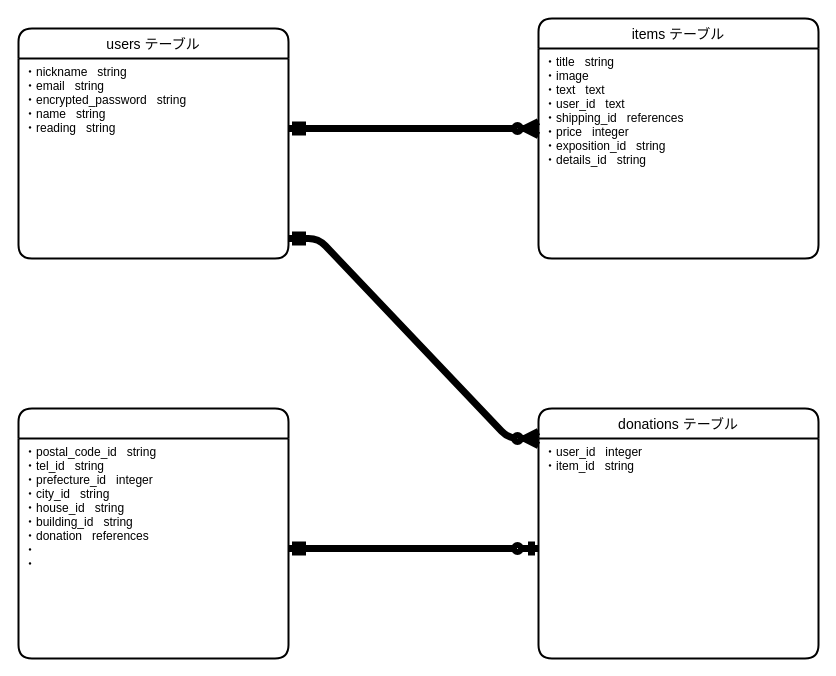
This is text.dio from mumusanaominn/furima-35950, a draw.io file, before an edit. Source tidied: cells renumbered, new cells numbered last; positions are measured from the earlier drawing's top-left corner, leaving out a move shared by most shapes. Both pictures are drawn from the tidied source at 100%, with x=0, y=0 at pixel (18, 18).
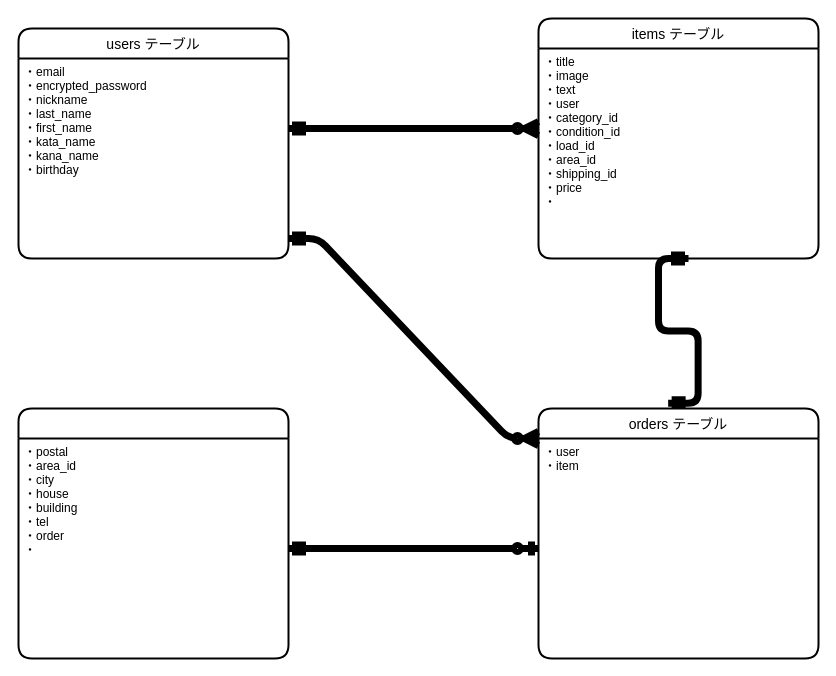
The same page after the edit.

Commit message (it also covers changes not shown here):
データベースの再々提出

What changed in the source:
```diff
@@
 <mxGraphModel>
   <root>
     <mxCell id="0" />
     <mxCell id="1" parent="0" />
     <mxCell id="2" value="items テーブル" style="swimlane;horizontal=1;startSize=30;rounded=1;fontSize=14;fontStyle=0;strokeWidth=2;shadow=0;dashed=0;align=center;" parent="1" vertex="1">
       <mxGeometry x="520" width="280" height="240" as="geometry" />
     </mxCell>
-    <mxCell id="3" value="・title   string&#10;・image&#10;・text   text&#10;・user_id   text&#10;・shipping_id   references&#10;・price   integer　&#10;・exposition_id   string&#10;・details_id   string" style="align=left;strokeColor=none;fillColor=none;spacingLeft=4;fontSize=12;verticalAlign=top;" parent="2" vertex="1">
+    <mxCell id="3" value="・title&#10;・image&#10;・text&#10;・user&#10;・category_id&#10;・condition_id　&#10;・load_id&#10;・area_id&#10;・shipping_id&#10;・price&#10;・" style="align=left;strokeColor=none;fillColor=none;spacingLeft=4;fontSize=12;verticalAlign=top;" parent="2" vertex="1">
       <mxGeometry y="30" width="280" height="210" as="geometry" />
     </mxCell>
+    <mxCell id="14" style="edgeStyle=entityRelationEdgeStyle;fontSize=12;html=1;endArrow=ERmandOne;startArrow=ERmandOne;fontColor=#FFFFFF;sourcePerimeterSpacing=3;targetPerimeterSpacing=3;strokeWidth=7;exitX=0.463;exitY=-0.021;exitDx=0;exitDy=0;exitPerimeter=0;" parent="2" edge="1" source="8">
+      <mxGeometry relative="1" as="geometry">
+        <mxPoint x="150" y="240" as="targetPoint" />
+      </mxGeometry>
+    </mxCell>
     <mxCell id="4" value="users テーブル" style="swimlane;horizontal=1;startSize=30;rounded=1;fontSize=14;fontStyle=0;strokeWidth=2;shadow=0;dashed=0;align=center;" parent="1" vertex="1">
       <mxGeometry y="10" width="270" height="230" as="geometry" />
     </mxCell>
-    <mxCell id="5" value="・nickname   string&#10;・email   string&#10;・encrypted_password   string&#10;・name   string&#10;・reading   string" style="align=left;strokeColor=none;fillColor=none;spacingLeft=4;fontSize=12;verticalAlign=top;" parent="4" vertex="1">
+    <mxCell id="5" value="・email &#10;・encrypted_password  &#10;・nickname &#10;・last_name  &#10;・first_name&#10;・kata_name&#10;・kana_name&#10;・birthday" style="align=left;strokeColor=none;fillColor=none;spacingLeft=4;fontSize=12;verticalAlign=top;" parent="4" vertex="1">
       <mxGeometry y="30" width="270" height="200" as="geometry" />
     </mxCell>
     <mxCell id="6" value="addresses テーブル" style="swimlane;horizontal=1;startSize=30;rounded=1;fontSize=14;fontStyle=0;strokeWidth=2;shadow=0;dashed=0;align=center;fontColor=#FFFFFF;" parent="1" vertex="1">
       <mxGeometry y="390" width="270" height="250" as="geometry" />
     </mxCell>
-    <mxCell id="7" value="・postal_code_id   string &#10;・tel_id   string &#10;・prefecture_id   integer&#10;・city_id   string &#10;・house_id   string &#10;・building_id   string &#10;・donation   references&#10;・&#10;・" style="align=left;strokeColor=none;fillColor=none;spacingLeft=4;fontSize=12;verticalAlign=top;" parent="6" vertex="1">
+    <mxCell id="7" value="・postal&#10;・area_id&#10;・city&#10;・house&#10;・building&#10;・tel&#10;・order&#10;・" style="align=left;strokeColor=none;fillColor=none;spacingLeft=4;fontSize=12;verticalAlign=top;" parent="6" vertex="1">
       <mxGeometry y="30" width="270" height="220" as="geometry" />
     </mxCell>
-    <mxCell id="8" value="donations テーブル" style="swimlane;horizontal=1;startSize=30;rounded=1;fontSize=14;fontStyle=0;strokeWidth=2;shadow=0;dashed=0;align=center;" parent="1" vertex="1">
+    <mxCell id="8" value="orders テーブル" style="swimlane;horizontal=1;startSize=30;rounded=1;fontSize=14;fontStyle=0;strokeWidth=2;shadow=0;dashed=0;align=center;" parent="1" vertex="1">
       <mxGeometry x="520" y="390" width="280" height="250" as="geometry" />
     </mxCell>
-    <mxCell id="9" value="・user_id   integer&#10;・item_id   string&#10;" style="align=left;strokeColor=none;fillColor=none;spacingLeft=4;fontSize=12;verticalAlign=top;" parent="8" vertex="1">
+    <mxCell id="9" value="・user&#10;・item&#10;" style="align=left;strokeColor=none;fillColor=none;spacingLeft=4;fontSize=12;verticalAlign=top;" parent="8" vertex="1">
       <mxGeometry y="30" width="280" height="220" as="geometry" />
     </mxCell>
     <mxCell id="10" style="edgeStyle=entityRelationEdgeStyle;fontSize=12;html=1;endArrow=ERzeroToMany;startArrow=ERmandOne;fontColor=#FFFFFF;jumpSize=15;targetPerimeterSpacing=3;entryX=0;entryY=0.381;entryDx=0;entryDy=0;entryPerimeter=0;strokeWidth=7;sourcePerimeterSpacing=3;" parent="1" edge="1" target="3">
       <mxGeometry relative="1" as="geometry">
         <mxPoint x="270" y="110" as="sourcePoint" />
       </mxGeometry>
     </mxCell>
     <mxCell id="11" value="&lt;br&gt;" style="edgeLabel;html=1;align=center;verticalAlign=middle;fontColor=#FFFFFF;" parent="10" vertex="1">
       <mxGeometry x="0.33" y="-4" relative="1" as="geometry" />
     </mxCell>
     <mxCell id="12" style="edgeStyle=entityRelationEdgeStyle;fontSize=12;html=1;endArrow=ERzeroToMany;startArrow=ERmandOne;fontColor=#FFFFFF;sourcePerimeterSpacing=3;targetPerimeterSpacing=3;strokeWidth=7;entryX=0;entryY=0;entryDx=0;entryDy=0;" parent="1" edge="1" target="9">
       <mxGeometry relative="1" as="geometry">
         <mxPoint x="270" y="220" as="sourcePoint" />
       </mxGeometry>
     </mxCell>
     <mxCell id="13" style="edgeStyle=entityRelationEdgeStyle;fontSize=12;html=1;endArrow=ERzeroToOne;startArrow=ERmandOne;fontColor=#FFFFFF;sourcePerimeterSpacing=3;targetPerimeterSpacing=3;strokeWidth=7;entryX=0;entryY=0.5;entryDx=0;entryDy=0;entryPerimeter=0;" parent="1" edge="1" target="9">
       <mxGeometry relative="1" as="geometry">
         <mxPoint x="270" y="530" as="sourcePoint" />
       </mxGeometry>
     </mxCell>
   </root>
 </mxGraphModel>
```
